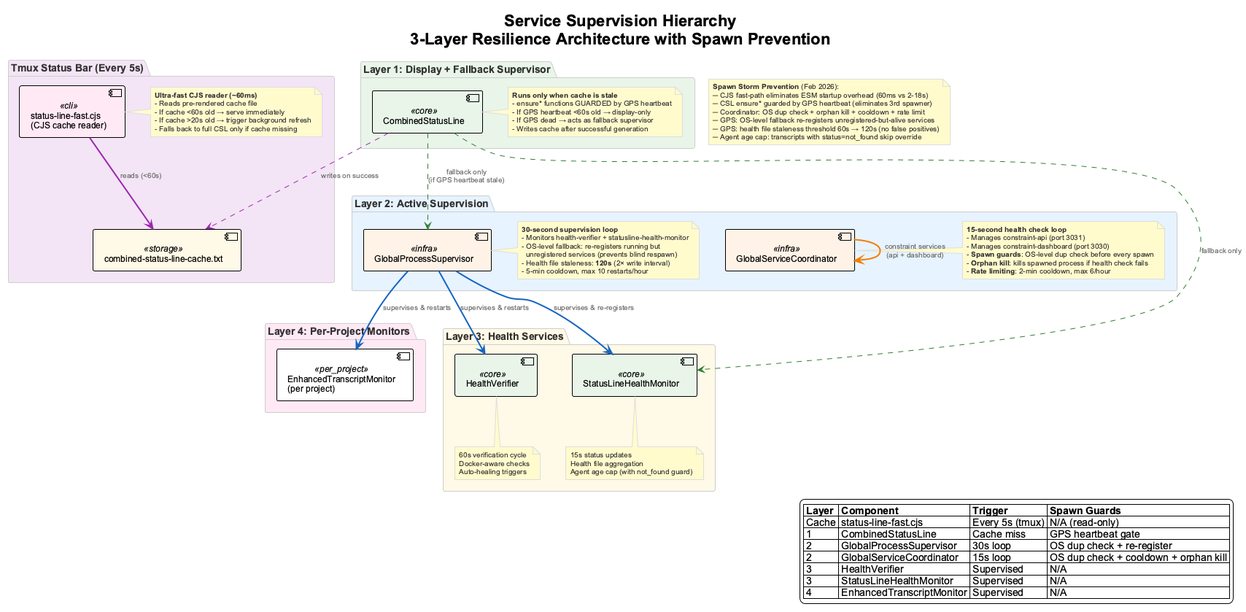
Before: docs-content/images/supervisor-restart-hierarchy.png, a diagram exported from PlantUML (fwornle/coding).
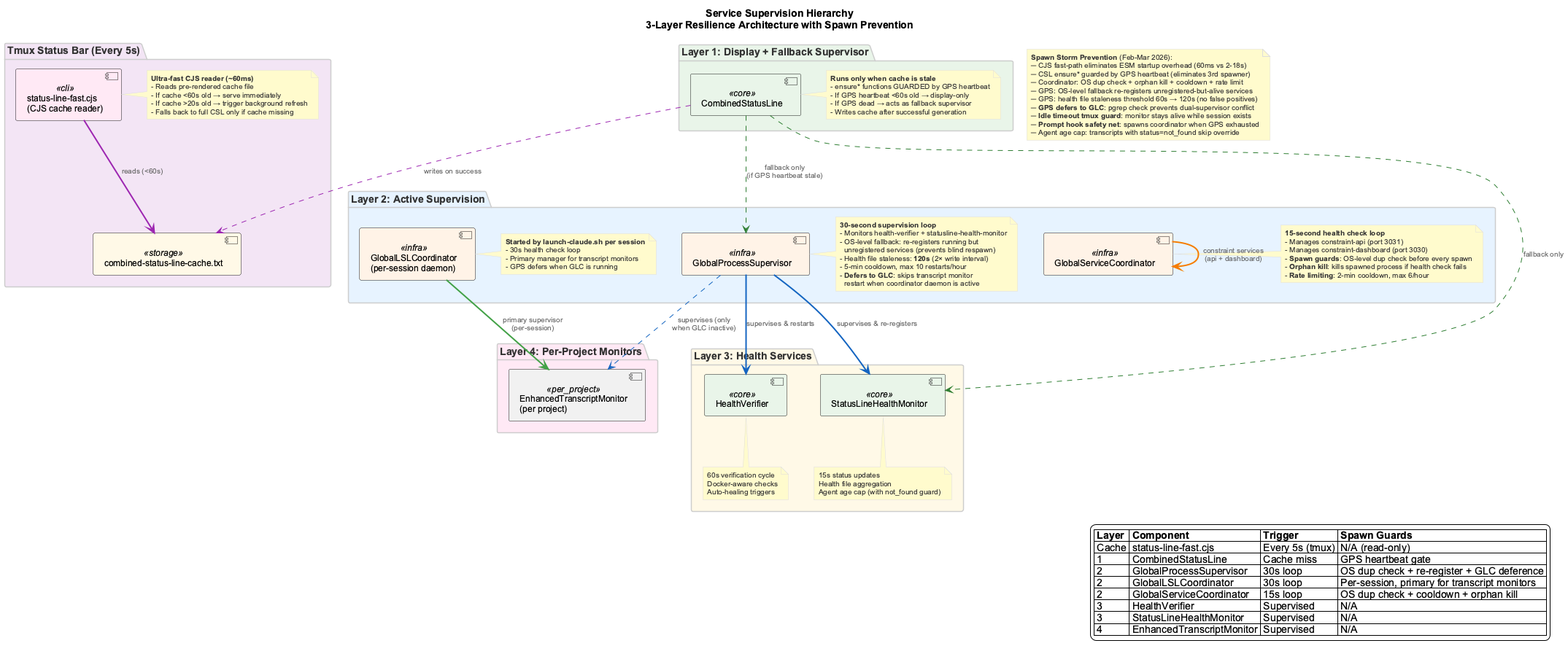
After the commit.

What changed in the source:
```diff
@@ -31,6 +31,7 @@
 package "Layer 2: Active Supervision" #E6F3FF {
   component [GlobalProcessSupervisor] as GPS <<infra>>
   component [GlobalServiceCoordinator] as GSC <<infra>>
+  component [GlobalLSLCoordinator\n(per-session daemon)] as GLC <<infra>>
 
   note right of GPS
     **30-second supervision loop**
@@ -39,6 +40,15 @@
       unregistered services (prevents blind respawn)
     - Health file staleness: **120s** (2× write interval)
     - 5-min cooldown, max 10 restarts/hour
+    - **Defers to GLC**: skips transcript monitor
+      restart when coordinator daemon is active
+  end note
+
+  note right of GLC
+    **Started by launch-claude.sh per session**
+    - 30s health check loop
+    - Primary manager for transcript monitors
+    - GPS defers when GLC is running
   end note
 
   note right of GSC
@@ -80,14 +90,16 @@
 
 GPS -[#1565C0,thickness=2]-> HV : supervises & restarts
 GPS -[#1565C0,thickness=2]-> SHM : supervises & re-registers
-GPS -[#1565C0,thickness=2]-> ETM : supervises & restarts
+GPS -[#1565C0,thickness=1,dashed]-> ETM : supervises (only\nwhen GLC inactive)
+GLC -[#43A047,thickness=2]-> ETM : primary supervisor\n(per-session)
 GSC -[#F57C00,thickness=2]-> GSC : constraint services\n(api + dashboard)
 
 legend right
   |= Layer |= Component |= Trigger |= Spawn Guards |
   | Cache | status-line-fast.cjs | Every 5s (tmux) | N/A (read-only) |
   | 1 | CombinedStatusLine | Cache miss | GPS heartbeat gate |
-  | 2 | GlobalProcessSupervisor | 30s loop | OS dup check + re-register |
+  | 2 | GlobalProcessSupervisor | 30s loop | OS dup check + re-register + GLC deference |
+  | 2 | GlobalLSLCoordinator | 30s loop | Per-session, primary for transcript monitors |
   | 2 | GlobalServiceCoordinator | 15s loop | OS dup check + cooldown + orphan kill |
   | 3 | HealthVerifier | Supervised | N/A |
   | 3 | StatusLineHealthMonitor | Supervised | N/A |
@@ -95,12 +107,15 @@
 endlegend
 
 note as N1
-  **Spawn Storm Prevention** (Feb 2026):
+  **Spawn Storm Prevention** (Feb-Mar 2026):
   ─ CJS fast-path eliminates ESM startup overhead (60ms vs 2-18s)
   ─ CSL ensure* guarded by GPS heartbeat (eliminates 3rd spawner)
   ─ Coordinator: OS dup check + orphan kill + cooldown + rate limit
   ─ GPS: OS-level fallback re-registers unregistered-but-alive services
   ─ GPS: health file staleness threshold 60s → 120s (no false positives)
+  ─ **GPS defers to GLC**: pgrep check prevents dual-supervisor conflict
+  ─ **Idle timeout tmux guard**: monitor stays alive while session exists
+  ─ **Prompt hook safety net**: spawns coordinator when GPS exhausted
   ─ Agent age cap: transcripts with status=not_found skip override
 end note
 
```
